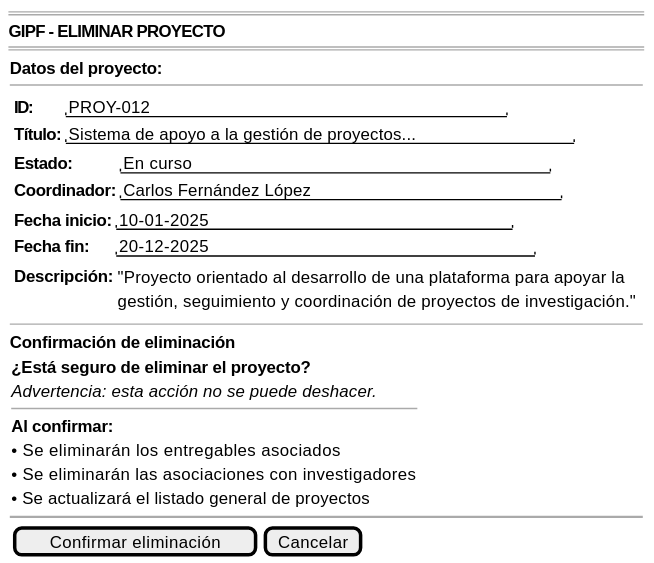
This is documents/casosDeUso/detalle/coordinador/02-gestion-proyectos/eliminarProyecto/prototipo/eliminarProyecto-wireframe.svg from 31Diego/25-26-IdSw1-SdR, a PlantUML export, as it was before one commit.
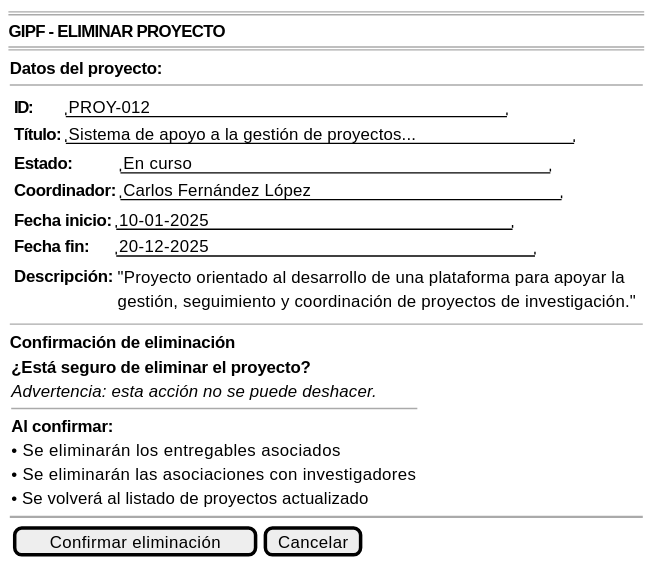
After the commit.

What changed in the source:
```diff
@@ -9,13 +9,13 @@
         {
             {
             {<b>ID:</b> | "PROY-012                               "
-             <b>Título:</b> | "Sistema de apoyo a la gestión de proyectos..."}
+            <b>Título:</b> | "Sistema de apoyo a la gestión de proyectos..."}
 
             {<b>Estado:</b> | "En curso                              "
-             <b>Coordinador:</b> | "Carlos Fernández López                 "}
+            <b>Coordinador:</b> | "Carlos Fernández López                 "}
 
             {<b>Fecha inicio:</b> | "10-01-2025                         "
-             <b>Fecha fin:</b> | "20-12-2025                           "}
+            <b>Fecha fin:</b> | "20-12-2025                           "}
 
             {<b>Descripción:</b> |
                 {"Proyecto orientado al desarrollo de una plataforma para apoyar la
@@ -34,7 +34,7 @@
             <b>Al confirmar:</b>
             • Se eliminarán los entregables asociados
             • Se eliminarán las asociaciones con investigadores
-            • Se actualizará el listado general de proyectos
+            • Se volverá al listado de proyectos actualizado
         }
 
         ~~
```
